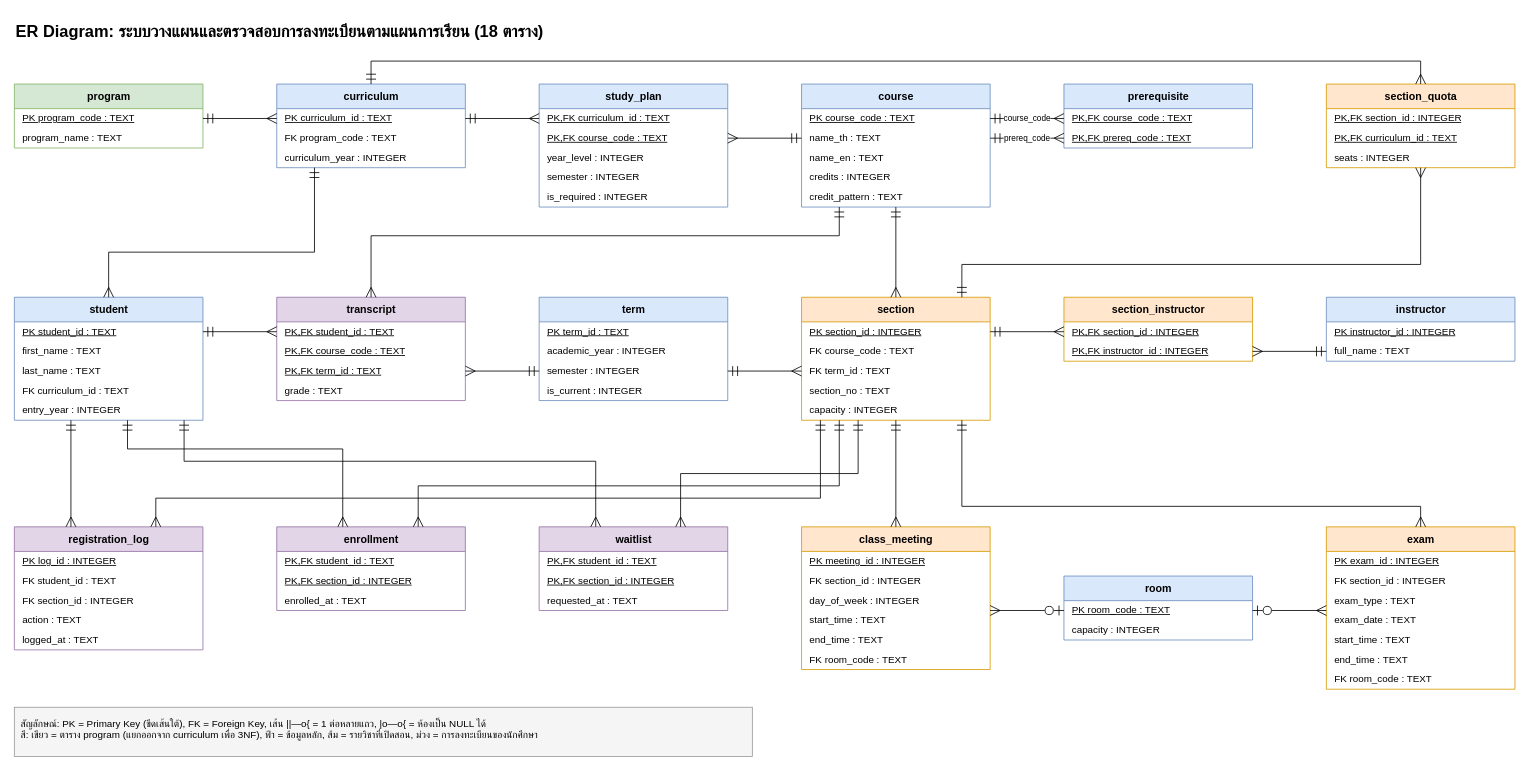
The draw.io diagram Diagrams/registration-er.drawio in winxtxrgit/db-mini-project-registration, before the edit. Source tidied: cells renumbered, new cells numbered last; positions are measured from the earlier drawing's top-left corner, leaving out a move shared by most shapes. Both pictures are drawn from the tidied source at 82%, with x=0, y=0 at pixel (14, 14).
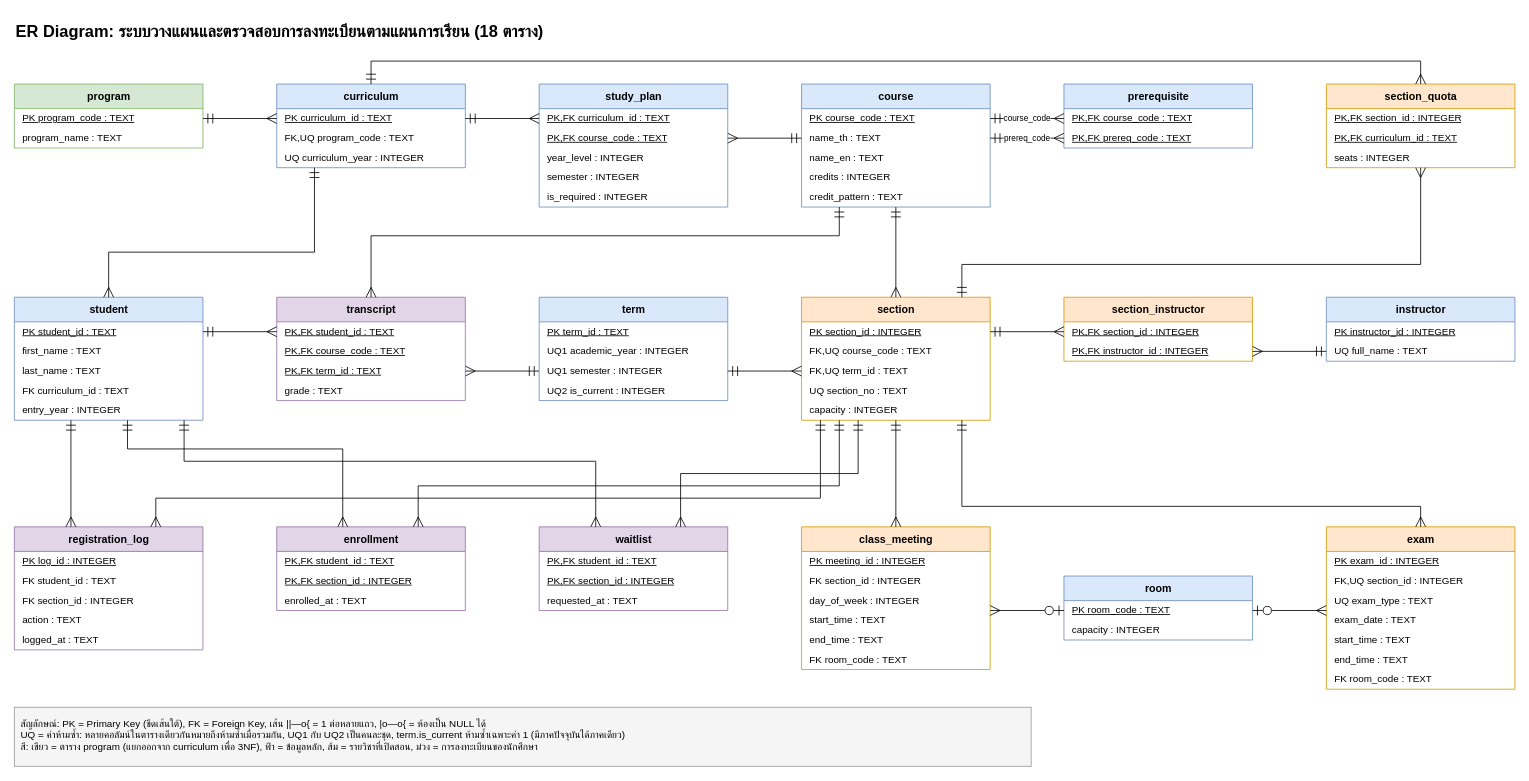
After the change.

Commit message (it also covers changes not shown here):
ER diagram: เพิ่มป้าย UQ ของข้อจำกัด UNIQUE และปรับ legend

Unchanged cells that the change refers to:
```xml
<mxCell id="6" value="curriculum" style="swimlane;fontStyle=1;horizontal=1;startSize=30;html=1;fillColor=#dae8fc;strokeColor=#6c8ebf;fontSize=13;" parent="1" vertex="1">
  <mxGeometry x="320" y="85" width="230" height="102" as="geometry" />
</mxCell>
<mxCell id="40" value="term" style="swimlane;fontStyle=1;horizontal=1;startSize=30;html=1;fillColor=#dae8fc;strokeColor=#6c8ebf;fontSize=13;" parent="1" vertex="1">
  <mxGeometry x="640" y="345" width="230" height="126" as="geometry" />
</mxCell>
<mxCell id="45" value="section" style="swimlane;fontStyle=1;horizontal=1;startSize=30;html=1;fillColor=#ffe6cc;strokeColor=#d79b00;fontSize=13;" parent="1" vertex="1">
  <mxGeometry x="960" y="345" width="230" height="150" as="geometry" />
</mxCell>
<mxCell id="54" value="instructor" style="swimlane;fontStyle=1;horizontal=1;startSize=30;html=1;fillColor=#dae8fc;strokeColor=#6c8ebf;fontSize=13;" parent="1" vertex="1">
  <mxGeometry x="1600" y="345" width="230" height="78" as="geometry" />
</mxCell>
<mxCell id="81" value="exam" style="swimlane;fontStyle=1;horizontal=1;startSize=30;html=1;fillColor=#ffe6cc;strokeColor=#d79b00;fontSize=13;" parent="1" vertex="1">
  <mxGeometry x="1600" y="625" width="230" height="198" as="geometry" />
</mxCell>
```

The edit, as a diff of the source:
```diff
@@
-    <mxCell id="8" value="FK  program_code : TEXT" style="text;strokeColor=none;fillColor=none;align=left;verticalAlign=middle;spacingLeft=8;spacingRight=4;overflow=hidden;fontStyle=0;fontSize=12;html=1;" parent="6" vertex="1">
+    <mxCell id="8" value="FK,UQ  program_code : TEXT" style="text;strokeColor=none;fillColor=none;align=left;verticalAlign=middle;spacingLeft=8;spacingRight=4;overflow=hidden;fontStyle=0;fontSize=12;html=1;" parent="6" vertex="1">
       <mxGeometry y="54" width="230" height="24" as="geometry" />
     </mxCell>
-    <mxCell id="9" value="curriculum_year : INTEGER" style="text;strokeColor=none;fillColor=none;align=left;verticalAlign=middle;spacingLeft=8;spacingRight=4;overflow=hidden;fontStyle=0;fontSize=12;html=1;" parent="6" vertex="1">
+    <mxCell id="9" value="UQ  curriculum_year : INTEGER" style="text;strokeColor=none;fillColor=none;align=left;verticalAlign=middle;spacingLeft=8;spacingRight=4;overflow=hidden;fontStyle=0;fontSize=12;html=1;" parent="6" vertex="1">
       <mxGeometry y="78" width="230" height="24" as="geometry" />
     </mxCell>
@@
-    <mxCell id="42" value="academic_year : INTEGER" style="text;strokeColor=none;fillColor=none;align=left;verticalAlign=middle;spacingLeft=8;spacingRight=4;overflow=hidden;fontStyle=0;fontSize=12;html=1;" parent="40" vertex="1">
+    <mxCell id="42" value="UQ1  academic_year : INTEGER" style="text;strokeColor=none;fillColor=none;align=left;verticalAlign=middle;spacingLeft=8;spacingRight=4;overflow=hidden;fontStyle=0;fontSize=12;html=1;" parent="40" vertex="1">
       <mxGeometry y="54" width="230" height="24" as="geometry" />
     </mxCell>
-    <mxCell id="43" value="semester : INTEGER" style="text;strokeColor=none;fillColor=none;align=left;verticalAlign=middle;spacingLeft=8;spacingRight=4;overflow=hidden;fontStyle=0;fontSize=12;html=1;" parent="40" vertex="1">
+    <mxCell id="43" value="UQ1  semester : INTEGER" style="text;strokeColor=none;fillColor=none;align=left;verticalAlign=middle;spacingLeft=8;spacingRight=4;overflow=hidden;fontStyle=0;fontSize=12;html=1;" parent="40" vertex="1">
       <mxGeometry y="78" width="230" height="24" as="geometry" />
     </mxCell>
-    <mxCell id="44" value="is_current : INTEGER" style="text;strokeColor=none;fillColor=none;align=left;verticalAlign=middle;spacingLeft=8;spacingRight=4;overflow=hidden;fontStyle=0;fontSize=12;html=1;" parent="40" vertex="1">
+    <mxCell id="44" value="UQ2  is_current : INTEGER" style="text;strokeColor=none;fillColor=none;align=left;verticalAlign=middle;spacingLeft=8;spacingRight=4;overflow=hidden;fontStyle=0;fontSize=12;html=1;" parent="40" vertex="1">
       <mxGeometry y="102" width="230" height="24" as="geometry" />
     </mxCell>
@@
-    <mxCell id="47" value="FK  course_code : TEXT" style="text;strokeColor=none;fillColor=none;align=left;verticalAlign=middle;spacingLeft=8;spacingRight=4;overflow=hidden;fontStyle=0;fontSize=12;html=1;" parent="45" vertex="1">
+    <mxCell id="47" value="FK,UQ  course_code : TEXT" style="text;strokeColor=none;fillColor=none;align=left;verticalAlign=middle;spacingLeft=8;spacingRight=4;overflow=hidden;fontStyle=0;fontSize=12;html=1;" parent="45" vertex="1">
       <mxGeometry y="54" width="230" height="24" as="geometry" />
     </mxCell>
-    <mxCell id="48" value="FK  term_id : TEXT" style="text;strokeColor=none;fillColor=none;align=left;verticalAlign=middle;spacingLeft=8;spacingRight=4;overflow=hidden;fontStyle=0;fontSize=12;html=1;" parent="45" vertex="1">
+    <mxCell id="48" value="FK,UQ  term_id : TEXT" style="text;strokeColor=none;fillColor=none;align=left;verticalAlign=middle;spacingLeft=8;spacingRight=4;overflow=hidden;fontStyle=0;fontSize=12;html=1;" parent="45" vertex="1">
       <mxGeometry y="78" width="230" height="24" as="geometry" />
     </mxCell>
-    <mxCell id="49" value="section_no : TEXT" style="text;strokeColor=none;fillColor=none;align=left;verticalAlign=middle;spacingLeft=8;spacingRight=4;overflow=hidden;fontStyle=0;fontSize=12;html=1;" parent="45" vertex="1">
+    <mxCell id="49" value="UQ  section_no : TEXT" style="text;strokeColor=none;fillColor=none;align=left;verticalAlign=middle;spacingLeft=8;spacingRight=4;overflow=hidden;fontStyle=0;fontSize=12;html=1;" parent="45" vertex="1">
       <mxGeometry y="102" width="230" height="24" as="geometry" />
     </mxCell>
@@
-    <mxCell id="56" value="full_name : TEXT" style="text;strokeColor=none;fillColor=none;align=left;verticalAlign=middle;spacingLeft=8;spacingRight=4;overflow=hidden;fontStyle=0;fontSize=12;html=1;" parent="54" vertex="1">
+    <mxCell id="56" value="UQ  full_name : TEXT" style="text;strokeColor=none;fillColor=none;align=left;verticalAlign=middle;spacingLeft=8;spacingRight=4;overflow=hidden;fontStyle=0;fontSize=12;html=1;" parent="54" vertex="1">
       <mxGeometry y="54" width="230" height="24" as="geometry" />
     </mxCell>
@@
-    <mxCell id="83" value="FK  section_id : INTEGER" style="text;strokeColor=none;fillColor=none;align=left;verticalAlign=middle;spacingLeft=8;spacingRight=4;overflow=hidden;fontStyle=0;fontSize=12;html=1;" parent="81" vertex="1">
+    <mxCell id="83" value="FK,UQ  section_id : INTEGER" style="text;strokeColor=none;fillColor=none;align=left;verticalAlign=middle;spacingLeft=8;spacingRight=4;overflow=hidden;fontStyle=0;fontSize=12;html=1;" parent="81" vertex="1">
       <mxGeometry y="54" width="230" height="24" as="geometry" />
     </mxCell>
-    <mxCell id="84" value="exam_type : TEXT" style="text;strokeColor=none;fillColor=none;align=left;verticalAlign=middle;spacingLeft=8;spacingRight=4;overflow=hidden;fontStyle=0;fontSize=12;html=1;" parent="81" vertex="1">
+    <mxCell id="84" value="UQ  exam_type : TEXT" style="text;strokeColor=none;fillColor=none;align=left;verticalAlign=middle;spacingLeft=8;spacingRight=4;overflow=hidden;fontStyle=0;fontSize=12;html=1;" parent="81" vertex="1">
       <mxGeometry y="78" width="230" height="24" as="geometry" />
     </mxCell>
@@
-    <mxCell id="114" value="สัญลักษณ์: PK = Primary Key (ขีดเส้นใต้), FK = Foreign Key, เส้น ||—o{ = 1 ต่อหลายแถว, |o—o{ = ห้องเป็น NULL ได้&lt;br&gt;สี: เขียว = ตาราง program (แยกออกจาก curriculum เพื่อ 3NF), ฟ้า = ข้อมูลหลัก, ส้ม = รายวิชาที่เปิดสอน, ม่วง = การลงทะเบียนของนักศึกษา" style="text;html=1;fontSize=12;align=left;verticalAlign=top;whiteSpace=wrap;strokeColor=#999999;fillColor=#f5f5f5;spacing=8;" parent="1" vertex="1">
-      <mxGeometry y="845" width="900" height="60" as="geometry" />
+    <mxCell id="114" value="สัญลักษณ์: PK = Primary Key (ขีดเส้นใต้), FK = Foreign Key, เส้น ||—o{ = 1 ต่อหลายแถว, |o—o{ = ห้องเป็น NULL ได้&lt;br&gt;UQ = ค่าห้ามซ้ำ: หลายคอลัมน์ในตารางเดียวกันหมายถึงห้ามซ้ำเมื่อรวมกัน, UQ1 กับ UQ2 เป็นคนละชุด, term.is_current ห้ามซ้ำเฉพาะค่า 1 (มีภาคปัจจุบันได้ภาคเดียว)&lt;br&gt;สี: เขียว = ตาราง program (แยกออกจาก curriculum เพื่อ 3NF), ฟ้า = ข้อมูลหลัก, ส้ม = รายวิชาที่เปิดสอน, ม่วง = การลงทะเบียนของนักศึกษา" style="text;html=1;fontSize=12;align=left;verticalAlign=top;whiteSpace=wrap;strokeColor=#999999;fillColor=#f5f5f5;spacing=8;" parent="1" vertex="1">
+      <mxGeometry y="845" width="1240" height="72" as="geometry" />
     </mxCell>
```
